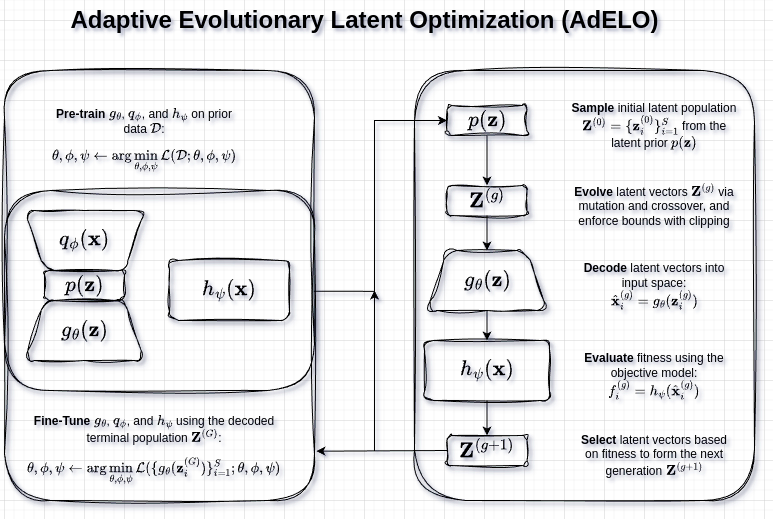
The draw.io diagram figs/adelo.png in daniel-norouzi-m/adaptive-evolutionary-latent-optimization, before a commit. Source tidied: cells renumbered, new cells last; positions are measured from the earlier drawing's top-left corner, leaving out a move shared by most shapes. The source it was exported from:
```xml
<mxGraphModel math="1">
  <root>
    <mxCell id="0" />
    <mxCell id="1" parent="0" />
    <mxCell id="2" style="rounded=1;whiteSpace=wrap;html=1;fillColor=none;glass=1;sketch=1;curveFitting=1;jiggle=2;shadow=1;" parent="1" vertex="1">
      <mxGeometry y="70" width="310" height="320" as="geometry" />
    </mxCell>
    <mxCell id="3" style="rounded=1;whiteSpace=wrap;html=1;fillColor=none;glass=1;sketch=1;curveFitting=1;jiggle=2;shadow=1;" parent="1" vertex="1">
      <mxGeometry x="410" y="70" width="340" height="430" as="geometry" />
    </mxCell>
    <mxCell id="4" value="&lt;div&gt;&lt;b&gt;Pre-train&lt;/b&gt; \(g_\theta\), \(q_\phi\), and \(h_\psi\) on prior data \(\mathcal{D}\):&lt;/div&gt;&lt;div&gt;$$\theta, \phi, \psi \leftarrow \arg \min_{\theta, \phi, \psi} \mathcal{L}(\mathcal{D}; \theta, \phi, \psi)$$&lt;/div&gt;" style="text;html=1;align=center;verticalAlign=middle;whiteSpace=wrap;rounded=0;" parent="1" vertex="1">
      <mxGeometry x="110" y="130" width="60" height="30" as="geometry" />
    </mxCell>
    <mxCell id="5" value="&lt;b&gt;Sample&lt;/b&gt; initial latent population \(\mathbf{Z}^{(0)} = \{\mathbf{z}_i^{(0)}\}_{i=1}^{S}\) from the latent prior \(p(\mathbf{z})\)" style="text;html=1;align=center;verticalAlign=middle;whiteSpace=wrap;rounded=0;" parent="1" vertex="1">
      <mxGeometry x="565" y="110" width="170" height="30" as="geometry" />
    </mxCell>
    <mxCell id="6" value="&lt;b&gt;Decode&lt;/b&gt; latent vectors into input space: \(\hat{\mathbf{x}}_i^{(g)} = g_\theta(\mathbf{z}_i^{(g)})\)" style="text;html=1;align=center;verticalAlign=middle;whiteSpace=wrap;rounded=0;" parent="1" vertex="1">
      <mxGeometry x="575" y="270" width="150" height="30" as="geometry" />
    </mxCell>
    <mxCell id="7" value="&lt;b&gt;Evaluate&lt;/b&gt; fitness using the objective model: \(f_i^{(g)} = h_\psi(\hat{\mathbf{x}}_i^{(g)})\)" style="text;html=1;align=center;verticalAlign=middle;whiteSpace=wrap;rounded=0;" parent="1" vertex="1">
      <mxGeometry x="560" y="360" width="180" height="30" as="geometry" />
    </mxCell>
    <mxCell id="8" value="&lt;b&gt;Select&lt;/b&gt; latent vectors based on fitness to form the next generation \(\mathbf{Z}^{(g+1)}\)" style="text;html=1;align=center;verticalAlign=middle;whiteSpace=wrap;rounded=0;" parent="1" vertex="1">
      <mxGeometry x="575" y="440" width="150" height="30" as="geometry" />
    </mxCell>
    <mxCell id="9" value="&lt;b&gt;Evolve&lt;/b&gt; latent vectors \(\mathbf{Z}^{(g)}\) via mutation and crossover, and enforce bounds with clipping" style="text;html=1;align=center;verticalAlign=middle;whiteSpace=wrap;rounded=0;" parent="1" vertex="1">
      <mxGeometry x="565" y="190" width="170" height="30" as="geometry" />
    </mxCell>
    <mxCell id="10" value="&lt;div&gt;&lt;b&gt;Fine-Tune&lt;/b&gt;&amp;nbsp;\(g_\theta\), \(q_\phi\), and \(h_\psi\) using the decoded terminal population \(\mathbf{Z}^{(G)}\):&lt;/div&gt;&lt;div&gt;$$\theta, \phi, \psi \leftarrow \arg \min_{\theta, \phi, \psi} \mathcal{L}(\{ g_\theta(\mathbf{z}_i^{(G)}) \}_{i=1}^{S}; \theta, \phi, \psi)$$&lt;/div&gt;" style="text;html=1;align=center;verticalAlign=middle;whiteSpace=wrap;rounded=0;" parent="1" vertex="1">
      <mxGeometry x="100" y="430" width="100" height="50" as="geometry" />
    </mxCell>
    <mxCell id="11" value="\(g_\theta(\mathbf{z})\)" style="shape=trapezoid;perimeter=trapezoidPerimeter;whiteSpace=wrap;html=1;fixedSize=1;fillColor=none;rounded=1;shadow=1;sketch=1;curveFitting=1;jiggle=2;fontSize=18;" parent="1" vertex="1">
      <mxGeometry x="20" y="300" width="120" height="60" as="geometry" />
    </mxCell>
    <mxCell id="12" style="shape=trapezoid;perimeter=trapezoidPerimeter;whiteSpace=wrap;html=1;fixedSize=1;fillColor=none;rotation=-180;rounded=1;sketch=1;curveFitting=1;jiggle=2;shadow=1;" parent="1" vertex="1">
      <mxGeometry x="20" y="210" width="120" height="60" as="geometry" />
    </mxCell>
    <mxCell id="13" value="\(p(\mathbf{z})\)" style="rounded=1;whiteSpace=wrap;html=1;fillColor=none;gradientColor=none;shadow=1;sketch=1;curveFitting=1;jiggle=2;glass=1;fontSize=18;" parent="1" vertex="1">
      <mxGeometry x="40" y="270" width="80" height="30" as="geometry" />
    </mxCell>
    <mxCell id="14" value="\(q_\phi(\mathbf{x})\)" style="text;html=1;align=center;verticalAlign=middle;whiteSpace=wrap;rounded=0;fontSize=18;" parent="1" vertex="1">
      <mxGeometry x="40" y="220" width="80" height="40" as="geometry" />
    </mxCell>
    <mxCell id="15" value="\(h_\psi(\mathbf{x})\)" style="rounded=1;whiteSpace=wrap;html=1;fillColor=none;glass=1;sketch=1;curveFitting=1;jiggle=2;shadow=1;fontSize=18;" parent="1" vertex="1">
      <mxGeometry x="165" y="260" width="120" height="60" as="geometry" />
    </mxCell>
    <mxCell id="16" style="edgeStyle=orthogonalEdgeStyle;rounded=0;jettySize=auto;html=1;" parent="1" edge="1" source="17" target="23">
      <mxGeometry relative="1" as="geometry" />
    </mxCell>
    <mxCell id="17" value="\(p(\mathbf{z})\)" style="rounded=1;whiteSpace=wrap;html=1;fillColor=none;gradientColor=none;shadow=1;sketch=1;curveFitting=1;jiggle=2;glass=1;fontSize=18;" parent="1" vertex="1">
      <mxGeometry x="442.5" y="105" width="80" height="30" as="geometry" />
    </mxCell>
    <mxCell id="18" style="edgeStyle=orthogonalEdgeStyle;rounded=0;jettySize=auto;html=1;" parent="1" edge="1" source="19" target="21">
      <mxGeometry relative="1" as="geometry" />
    </mxCell>
    <mxCell id="19" value="\(g_\theta(\mathbf{z})\)" style="shape=trapezoid;perimeter=trapezoidPerimeter;whiteSpace=wrap;html=1;fixedSize=1;fillColor=none;rounded=1;shadow=1;sketch=1;curveFitting=1;jiggle=2;fontSize=18;" parent="1" vertex="1">
      <mxGeometry x="422.5" y="250" width="120" height="60" as="geometry" />
    </mxCell>
    <mxCell id="20" style="edgeStyle=orthogonalEdgeStyle;rounded=0;jettySize=auto;html=1;" parent="1" edge="1" source="21" target="24">
      <mxGeometry relative="1" as="geometry" />
    </mxCell>
    <mxCell id="21" value="\(h_\psi(\mathbf{x})\)" style="rounded=1;whiteSpace=wrap;html=1;fillColor=none;glass=1;sketch=1;curveFitting=1;jiggle=2;shadow=1;fontSize=18;" parent="1" vertex="1">
      <mxGeometry x="420" y="340" width="125" height="60" as="geometry" />
    </mxCell>
    <mxCell id="22" style="edgeStyle=orthogonalEdgeStyle;rounded=0;jettySize=auto;html=1;" parent="1" edge="1" source="23" target="19">
      <mxGeometry relative="1" as="geometry" />
    </mxCell>
    <mxCell id="23" value="\(\mathbf{Z}^{(g)}\)" style="rounded=1;whiteSpace=wrap;html=1;fillColor=none;gradientColor=none;shadow=1;sketch=1;curveFitting=1;jiggle=2;glass=1;fontSize=18;" parent="1" vertex="1">
      <mxGeometry x="442.5" y="185" width="80" height="30" as="geometry" />
    </mxCell>
    <mxCell id="24" value="\(\mathbf{Z}^{(g+1)}\)" style="rounded=1;whiteSpace=wrap;html=1;fillColor=none;gradientColor=none;shadow=1;sketch=1;curveFitting=1;jiggle=2;glass=1;fontSize=18;" parent="1" vertex="1">
      <mxGeometry x="442.5" y="435" width="80" height="30" as="geometry" />
    </mxCell>
    <mxCell id="25" style="edgeStyle=orthogonalEdgeStyle;rounded=0;jettySize=auto;html=1;entryX=0;entryY=0.5;entryDx=0;entryDy=0;exitX=0.998;exitY=0.325;exitDx=0;exitDy=0;exitPerimeter=0;" parent="1" edge="1" source="26" target="17">
      <mxGeometry relative="1" as="geometry">
        <Array as="points">
          <mxPoint x="370" y="291" />
          <mxPoint x="370" y="120" />
        </Array>
      </mxGeometry>
    </mxCell>
    <mxCell id="26" style="rounded=1;whiteSpace=wrap;html=1;fillColor=none;glass=1;sketch=1;curveFitting=1;jiggle=2;shadow=1;" parent="1" vertex="1">
      <mxGeometry y="190" width="310" height="310" as="geometry" />
    </mxCell>
    <mxCell id="27" style="endArrow=classic;html=1;rounded=0;exitX=0;exitY=0.5;exitDx=0;exitDy=0;entryX=1.006;entryY=0.841;entryDx=0;entryDy=0;entryPerimeter=0;" parent="1" edge="1" source="24" target="26">
      <mxGeometry relative="1" as="geometry" />
    </mxCell>
    <mxCell id="28" value="Adaptive Evolutionary Latent Optimization (AdELO)" style="text;strokeColor=none;fillColor=none;html=1;fontSize=24;fontStyle=1;verticalAlign=middle;align=center;" parent="1" vertex="1">
      <mxGeometry x="310" width="100" height="40" as="geometry" />
    </mxCell>
    <mxCell id="29" style="endArrow=classic;html=1;rounded=0;" parent="1" edge="1">
      <mxGeometry relative="1" as="geometry">
        <mxPoint x="370" y="450" as="sourcePoint" />
        <mxPoint x="370" y="290" as="targetPoint" />
      </mxGeometry>
    </mxCell>
  </root>
</mxGraphModel>
```
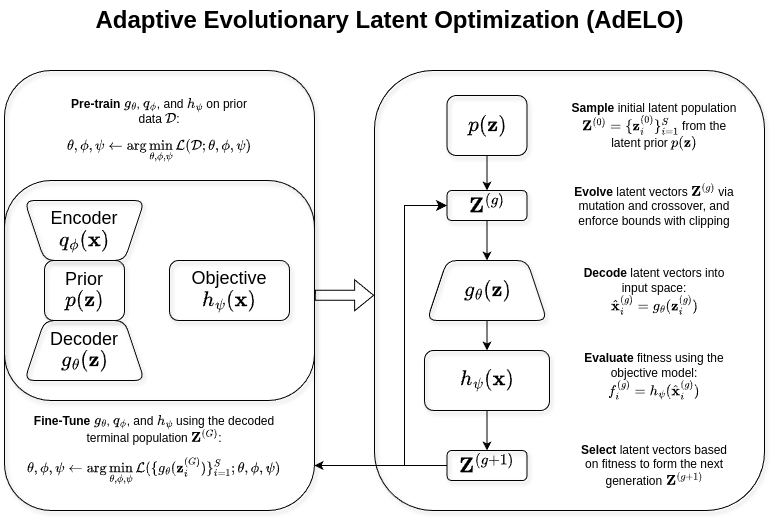
Later version of the same file.

The edit, as a diff of the source:
```diff
@@ -2,26 +2,29 @@
   <root>
     <mxCell id="0" />
     <mxCell id="1" parent="0" />
+    <mxCell id="26" style="rounded=1;whiteSpace=wrap;html=1;fillColor=none;glass=1;shadow=1;" parent="1" vertex="1">
+      <mxGeometry y="180" width="310" height="330" as="geometry" />
+    </mxCell>
+    <mxCell id="3" style="rounded=1;whiteSpace=wrap;html=1;fillColor=none;glass=1;shadow=1;" parent="1" vertex="1">
+      <mxGeometry x="370" y="70" width="390" height="440" as="geometry" />
+    </mxCell>
-    <mxCell id="2" style="rounded=1;whiteSpace=wrap;html=1;fillColor=none;glass=1;sketch=1;curveFitting=1;jiggle=2;shadow=1;" parent="1" vertex="1">
-      <mxGeometry y="70" width="310" height="320" as="geometry" />
+    <mxCell id="2" style="rounded=1;whiteSpace=wrap;html=1;fillColor=none;glass=1;shadow=1;" parent="1" vertex="1">
+      <mxGeometry y="70" width="310" height="330" as="geometry" />
     </mxCell>
-    <mxCell id="3" style="rounded=1;whiteSpace=wrap;html=1;fillColor=none;glass=1;sketch=1;curveFitting=1;jiggle=2;shadow=1;" parent="1" vertex="1">
-      <mxGeometry x="410" y="70" width="340" height="430" as="geometry" />
-    </mxCell>
     <mxCell id="4" value="&lt;div&gt;&lt;b&gt;Pre-train&lt;/b&gt; \(g_\theta\), \(q_\phi\), and \(h_\psi\) on prior data \(\mathcal{D}\):&lt;/div&gt;&lt;div&gt;$$\theta, \phi, \psi \leftarrow \arg \min_{\theta, \phi, \psi} \mathcal{L}(\mathcal{D}; \theta, \phi, \psi)$$&lt;/div&gt;" style="text;html=1;align=center;verticalAlign=middle;whiteSpace=wrap;rounded=0;" parent="1" vertex="1">
-      <mxGeometry x="110" y="130" width="60" height="30" as="geometry" />
+      <mxGeometry x="125" y="120" width="60" height="30" as="geometry" />
     </mxCell>
     <mxCell id="5" value="&lt;b&gt;Sample&lt;/b&gt; initial latent population \(\mathbf{Z}^{(0)} = \{\mathbf{z}_i^{(0)}\}_{i=1}^{S}\) from the latent prior \(p(\mathbf{z})\)" style="text;html=1;align=center;verticalAlign=middle;whiteSpace=wrap;rounded=0;" parent="1" vertex="1">
       <mxGeometry x="565" y="110" width="170" height="30" as="geometry" />
     </mxCell>
     <mxCell id="6" value="&lt;b&gt;Decode&lt;/b&gt; latent vectors into input space: \(\hat{\mathbf{x}}_i^{(g)} = g_\theta(\mathbf{z}_i^{(g)})\)" style="text;html=1;align=center;verticalAlign=middle;whiteSpace=wrap;rounded=0;" parent="1" vertex="1">
-      <mxGeometry x="575" y="270" width="150" height="30" as="geometry" />
+      <mxGeometry x="575" y="275" width="150" height="30" as="geometry" />
     </mxCell>
     <mxCell id="7" value="&lt;b&gt;Evaluate&lt;/b&gt; fitness using the objective model: \(f_i^{(g)} = h_\psi(\hat{\mathbf{x}}_i^{(g)})\)" style="text;html=1;align=center;verticalAlign=middle;whiteSpace=wrap;rounded=0;" parent="1" vertex="1">
       <mxGeometry x="560" y="360" width="180" height="30" as="geometry" />
     </mxCell>
     <mxCell id="8" value="&lt;b&gt;Select&lt;/b&gt; latent vectors based on fitness to form the next generation \(\mathbf{Z}^{(g+1)}\)" style="text;html=1;align=center;verticalAlign=middle;whiteSpace=wrap;rounded=0;" parent="1" vertex="1">
-      <mxGeometry x="575" y="440" width="150" height="30" as="geometry" />
+      <mxGeometry x="575" y="450" width="150" height="30" as="geometry" />
     </mxCell>
     <mxCell id="9" value="&lt;b&gt;Evolve&lt;/b&gt; latent vectors \(\mathbf{Z}^{(g)}\) via mutation and crossover, and enforce bounds with clipping" style="text;html=1;align=center;verticalAlign=middle;whiteSpace=wrap;rounded=0;" parent="1" vertex="1">
       <mxGeometry x="565" y="190" width="170" height="30" as="geometry" />
@@ -29,70 +32,65 @@
     <mxCell id="10" value="&lt;div&gt;&lt;b&gt;Fine-Tune&lt;/b&gt;&amp;nbsp;\(g_\theta\), \(q_\phi\), and \(h_\psi\) using the decoded terminal population \(\mathbf{Z}^{(G)}\):&lt;/div&gt;&lt;div&gt;$$\theta, \phi, \psi \leftarrow \arg \min_{\theta, \phi, \psi} \mathcal{L}(\{ g_\theta(\mathbf{z}_i^{(G)}) \}_{i=1}^{S}; \theta, \phi, \psi)$$&lt;/div&gt;" style="text;html=1;align=center;verticalAlign=middle;whiteSpace=wrap;rounded=0;" parent="1" vertex="1">
       <mxGeometry x="100" y="430" width="100" height="50" as="geometry" />
     </mxCell>
-    <mxCell id="11" value="\(g_\theta(\mathbf{z})\)" style="shape=trapezoid;perimeter=trapezoidPerimeter;whiteSpace=wrap;html=1;fixedSize=1;fillColor=none;rounded=1;shadow=1;sketch=1;curveFitting=1;jiggle=2;fontSize=18;" parent="1" vertex="1">
-      <mxGeometry x="20" y="300" width="120" height="60" as="geometry" />
+    <mxCell id="11" value="Decoder&lt;div&gt;\(g_\theta(\mathbf{z})\)&lt;/div&gt;" style="shape=trapezoid;perimeter=trapezoidPerimeter;whiteSpace=wrap;html=1;fixedSize=1;fillColor=none;rounded=1;shadow=1;fontSize=18;" parent="1" vertex="1">
+      <mxGeometry x="20" y="320" width="120" height="60" as="geometry" />
     </mxCell>
-    <mxCell id="12" style="shape=trapezoid;perimeter=trapezoidPerimeter;whiteSpace=wrap;html=1;fixedSize=1;fillColor=none;rotation=-180;rounded=1;sketch=1;curveFitting=1;jiggle=2;shadow=1;" parent="1" vertex="1">
-      <mxGeometry x="20" y="210" width="120" height="60" as="geometry" />
+    <mxCell id="12" style="shape=trapezoid;perimeter=trapezoidPerimeter;whiteSpace=wrap;html=1;fixedSize=1;fillColor=none;rotation=-180;rounded=1;shadow=1;" parent="1" vertex="1">
+      <mxGeometry x="20" y="200" width="120" height="60" as="geometry" />
     </mxCell>
-    <mxCell id="13" value="\(p(\mathbf{z})\)" style="rounded=1;whiteSpace=wrap;html=1;fillColor=none;gradientColor=none;shadow=1;sketch=1;curveFitting=1;jiggle=2;glass=1;fontSize=18;" parent="1" vertex="1">
-      <mxGeometry x="40" y="270" width="80" height="30" as="geometry" />
+    <mxCell id="13" value="Prior&lt;div&gt;\(p(\mathbf{z})\)&lt;/div&gt;" style="rounded=1;whiteSpace=wrap;html=1;fillColor=none;gradientColor=none;shadow=1;glass=1;fontSize=18;" parent="1" vertex="1">
+      <mxGeometry x="40" y="260" width="80" height="60" as="geometry" />
     </mxCell>
-    <mxCell id="14" value="\(q_\phi(\mathbf{x})\)" style="text;html=1;align=center;verticalAlign=middle;whiteSpace=wrap;rounded=0;fontSize=18;" parent="1" vertex="1">
-      <mxGeometry x="40" y="220" width="80" height="40" as="geometry" />
+    <mxCell id="14" value="Encoder&lt;div&gt;\(q_\phi(\mathbf{x})\)&lt;/div&gt;" style="text;html=1;align=center;verticalAlign=middle;whiteSpace=wrap;rounded=0;fontSize=18;" parent="1" vertex="1">
+      <mxGeometry x="40" y="210" width="80" height="40" as="geometry" />
     </mxCell>
-    <mxCell id="15" value="\(h_\psi(\mathbf{x})\)" style="rounded=1;whiteSpace=wrap;html=1;fillColor=none;glass=1;sketch=1;curveFitting=1;jiggle=2;shadow=1;fontSize=18;" parent="1" vertex="1">
+    <mxCell id="15" value="Objective&lt;div&gt;\(h_\psi(\mathbf{x})\)&lt;/div&gt;" style="rounded=1;whiteSpace=wrap;html=1;fillColor=none;glass=1;shadow=1;fontSize=18;" parent="1" vertex="1">
       <mxGeometry x="165" y="260" width="120" height="60" as="geometry" />
     </mxCell>
     <mxCell id="16" style="edgeStyle=orthogonalEdgeStyle;rounded=0;jettySize=auto;html=1;" parent="1" edge="1" source="17" target="23">
       <mxGeometry relative="1" as="geometry" />
     </mxCell>
-    <mxCell id="17" value="\(p(\mathbf{z})\)" style="rounded=1;whiteSpace=wrap;html=1;fillColor=none;gradientColor=none;shadow=1;sketch=1;curveFitting=1;jiggle=2;glass=1;fontSize=18;" parent="1" vertex="1">
-      <mxGeometry x="442.5" y="105" width="80" height="30" as="geometry" />
+    <mxCell id="17" value="\(p(\mathbf{z})\)" style="rounded=1;whiteSpace=wrap;html=1;fillColor=none;gradientColor=none;shadow=1;glass=1;fontSize=18;" parent="1" vertex="1">
+      <mxGeometry x="442.5" y="95" width="80" height="60" as="geometry" />
     </mxCell>
     <mxCell id="18" style="edgeStyle=orthogonalEdgeStyle;rounded=0;jettySize=auto;html=1;" parent="1" edge="1" source="19" target="21">
       <mxGeometry relative="1" as="geometry" />
     </mxCell>
-    <mxCell id="19" value="\(g_\theta(\mathbf{z})\)" style="shape=trapezoid;perimeter=trapezoidPerimeter;whiteSpace=wrap;html=1;fixedSize=1;fillColor=none;rounded=1;shadow=1;sketch=1;curveFitting=1;jiggle=2;fontSize=18;" parent="1" vertex="1">
-      <mxGeometry x="422.5" y="250" width="120" height="60" as="geometry" />
+    <mxCell id="19" value="\(g_\theta(\mathbf{z})\)" style="shape=trapezoid;perimeter=trapezoidPerimeter;whiteSpace=wrap;html=1;fixedSize=1;fillColor=none;rounded=1;shadow=1;fontSize=18;" parent="1" vertex="1">
+      <mxGeometry x="422.5" y="260" width="120" height="60" as="geometry" />
     </mxCell>
     <mxCell id="20" style="edgeStyle=orthogonalEdgeStyle;rounded=0;jettySize=auto;html=1;" parent="1" edge="1" source="21" target="24">
       <mxGeometry relative="1" as="geometry" />
     </mxCell>
-    <mxCell id="21" value="\(h_\psi(\mathbf{x})\)" style="rounded=1;whiteSpace=wrap;html=1;fillColor=none;glass=1;sketch=1;curveFitting=1;jiggle=2;shadow=1;fontSize=18;" parent="1" vertex="1">
-      <mxGeometry x="420" y="340" width="125" height="60" as="geometry" />
+    <mxCell id="21" value="\(h_\psi(\mathbf{x})\)" style="rounded=1;whiteSpace=wrap;html=1;fillColor=none;glass=1;shadow=1;fontSize=18;" parent="1" vertex="1">
+      <mxGeometry x="420" y="350" width="125" height="60" as="geometry" />
     </mxCell>
     <mxCell id="22" style="edgeStyle=orthogonalEdgeStyle;rounded=0;jettySize=auto;html=1;" parent="1" edge="1" source="23" target="19">
       <mxGeometry relative="1" as="geometry" />
     </mxCell>
-    <mxCell id="23" value="\(\mathbf{Z}^{(g)}\)" style="rounded=1;whiteSpace=wrap;html=1;fillColor=none;gradientColor=none;shadow=1;sketch=1;curveFitting=1;jiggle=2;glass=1;fontSize=18;" parent="1" vertex="1">
-      <mxGeometry x="442.5" y="185" width="80" height="30" as="geometry" />
+    <mxCell id="23" value="\(\mathbf{Z}^{(g)}\)" style="rounded=1;whiteSpace=wrap;html=1;fillColor=none;gradientColor=none;shadow=1;glass=1;fontSize=18;" parent="1" vertex="1">
+      <mxGeometry x="442.5" y="190" width="80" height="30" as="geometry" />
     </mxCell>
-    <mxCell id="24" value="\(\mathbf{Z}^{(g+1)}\)" style="rounded=1;whiteSpace=wrap;html=1;fillColor=none;gradientColor=none;shadow=1;sketch=1;curveFitting=1;jiggle=2;glass=1;fontSize=18;" parent="1" vertex="1">
-      <mxGeometry x="442.5" y="435" width="80" height="30" as="geometry" />
+    <mxCell id="24" value="\(\mathbf{Z}^{(g+1)}\)" style="rounded=1;whiteSpace=wrap;html=1;fillColor=none;gradientColor=none;shadow=1;glass=1;fontSize=18;" parent="1" vertex="1">
+      <mxGeometry x="442.5" y="450" width="80" height="30" as="geometry" />
     </mxCell>
-    <mxCell id="25" style="edgeStyle=orthogonalEdgeStyle;rounded=0;jettySize=auto;html=1;entryX=0;entryY=0.5;entryDx=0;entryDy=0;exitX=0.998;exitY=0.325;exitDx=0;exitDy=0;exitPerimeter=0;" parent="1" edge="1" source="26" target="17">
-      <mxGeometry relative="1" as="geometry">
-        <Array as="points">
-          <mxPoint x="370" y="291" />
-          <mxPoint x="370" y="120" />
-        </Array>
-      </mxGeometry>
-    </mxCell>
-    <mxCell id="26" style="rounded=1;whiteSpace=wrap;html=1;fillColor=none;glass=1;sketch=1;curveFitting=1;jiggle=2;shadow=1;" parent="1" vertex="1">
-      <mxGeometry y="190" width="310" height="310" as="geometry" />
-    </mxCell>
-    <mxCell id="27" style="endArrow=classic;html=1;rounded=0;exitX=0;exitY=0.5;exitDx=0;exitDy=0;entryX=1.006;entryY=0.841;entryDx=0;entryDy=0;entryPerimeter=0;" parent="1" edge="1" source="24" target="26">
-      <mxGeometry relative="1" as="geometry" />
-    </mxCell>
     <mxCell id="28" value="Adaptive Evolutionary Latent Optimization (AdELO)" style="text;strokeColor=none;fillColor=none;html=1;fontSize=24;fontStyle=1;verticalAlign=middle;align=center;" parent="1" vertex="1">
-      <mxGeometry x="310" width="100" height="40" as="geometry" />
+      <mxGeometry x="335" width="100" height="40" as="geometry" />
     </mxCell>
-    <mxCell id="29" style="endArrow=classic;html=1;rounded=0;" parent="1" edge="1">
-      <mxGeometry relative="1" as="geometry">
-        <mxPoint x="370" y="450" as="sourcePoint" />
-        <mxPoint x="370" y="290" as="targetPoint" />
-      </mxGeometry>
-    </mxCell>
+    <mxCell id="30" style="edgeStyle=elbowEdgeStyle;elbow=horizontal;endArrow=classic;html=1;curved=0;rounded=0;endSize=8;startSize=8;exitX=0;exitY=0.5;exitDx=0;exitDy=0;entryX=0;entryY=0.5;entryDx=0;entryDy=0;" parent="1" edge="1" source="24" target="23">
+      <mxGeometry relative="1" as="geometry">
+        <Array as="points">
+          <mxPoint x="400" y="320" />
+        </Array>
+      </mxGeometry>
+    </mxCell>
+    <mxCell id="31" style="endArrow=classic;html=1;rounded=0;exitX=0;exitY=0.5;exitDx=0;exitDy=0;" parent="1" edge="1" source="24">
+      <mxGeometry relative="1" as="geometry">
+        <mxPoint x="310" y="465" as="targetPoint" />
+      </mxGeometry>
+    </mxCell>
+    <mxCell id="32" style="shape=flexArrow;endArrow=classic;html=1;rounded=0;entryX=-0.001;entryY=0.511;entryDx=0;entryDy=0;entryPerimeter=0;exitX=1.001;exitY=0.681;exitDx=0;exitDy=0;exitPerimeter=0;" parent="1" edge="1" source="2" target="3">
+      <mxGeometry relative="1" as="geometry" />
+    </mxCell>
   </root>
 </mxGraphModel>
```
